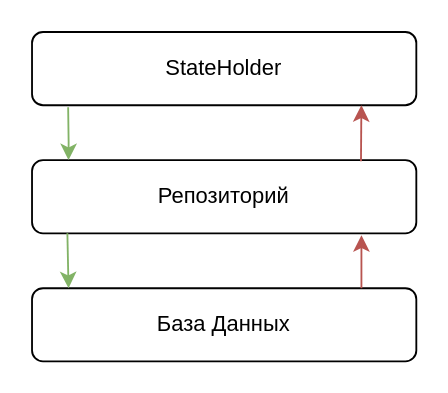
The draw.io diagram DataFlow.drawio in 3036662/Phrasebook, before the edit. Source tidied: cells renumbered, new cells numbered last; positions are measured from the earlier drawing's top-left corner, leaving out a move shared by most shapes. Both pictures are drawn from the tidied source at 183%, with x=0, y=0 at pixel (31, 31).
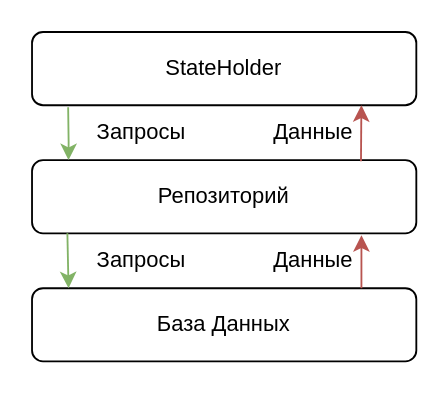
The same diagram, later.

What changed in the source:
```diff
@@
 <mxGraphModel>
   <root>
     <mxCell id="0" />
     <mxCell id="1" parent="0" />
     <mxCell id="2" value="StateHolder" style="rounded=1;whiteSpace=wrap;html=1;" parent="1" vertex="1">
       <mxGeometry width="210" height="40" as="geometry" />
     </mxCell>
     <mxCell id="3" value="Репозиторий" style="rounded=1;whiteSpace=wrap;html=1;" parent="1" vertex="1">
       <mxGeometry y="70" width="210" height="40" as="geometry" />
     </mxCell>
     <mxCell id="4" value="База Данных" style="rounded=1;whiteSpace=wrap;html=1;" parent="1" vertex="1">
       <mxGeometry y="140" width="210" height="40" as="geometry" />
     </mxCell>
     <mxCell id="5" style="endArrow=classic;html=1;rounded=0;exitX=0.094;exitY=1.027;exitDx=0;exitDy=0;exitPerimeter=0;entryX=0.095;entryY=0;entryDx=0;entryDy=0;entryPerimeter=0;fillColor=#d5e8d4;strokeColor=#82b366;" parent="1" edge="1" source="2" target="3">
       <mxGeometry relative="1" as="geometry">
         <Array as="points">
           <mxPoint x="20" y="60" />
         </Array>
       </mxGeometry>
     </mxCell>
     <mxCell id="6" style="endArrow=classic;html=1;rounded=0;entryX=0.095;entryY=0;entryDx=0;entryDy=0;entryPerimeter=0;exitX=0.092;exitY=1;exitDx=0;exitDy=0;exitPerimeter=0;fillColor=#d5e8d4;strokeColor=#82b366;" parent="1" edge="1" source="3" target="4">
       <mxGeometry relative="1" as="geometry" />
     </mxCell>
     <mxCell id="7" style="endArrow=classic;html=1;rounded=0;entryX=0.857;entryY=1;entryDx=0;entryDy=0;entryPerimeter=0;exitX=0.856;exitY=0.016;exitDx=0;exitDy=0;exitPerimeter=0;fillColor=#f8cecc;strokeColor=#b85450;" parent="1" edge="1" source="3" target="2">
       <mxGeometry relative="1" as="geometry" />
     </mxCell>
     <mxCell id="8" style="endArrow=classic;html=1;rounded=0;entryX=0.838;entryY=1.021;entryDx=0;entryDy=0;entryPerimeter=0;exitX=0.839;exitY=0.002;exitDx=0;exitDy=0;exitPerimeter=0;fillColor=#f8cecc;strokeColor=#b85450;" parent="1" edge="1">
       <mxGeometry relative="1" as="geometry">
         <mxPoint x="180" y="140" as="sourcePoint" />
         <mxPoint x="180" y="111" as="targetPoint" />
       </mxGeometry>
     </mxCell>
+    <mxCell id="9" value="Запросы" style="text;html=1;strokeColor=none;fillColor=none;align=center;verticalAlign=middle;whiteSpace=wrap;rounded=0;" parent="1" vertex="1">
+      <mxGeometry x="30" y="40" width="60" height="30" as="geometry" />
+    </mxCell>
+    <mxCell id="10" value="Данные" style="text;html=1;strokeColor=none;fillColor=none;align=center;verticalAlign=middle;whiteSpace=wrap;rounded=0;" parent="1" vertex="1">
+      <mxGeometry x="124" y="40" width="60" height="30" as="geometry" />
+    </mxCell>
+    <mxCell id="11" value="Запросы" style="text;html=1;strokeColor=none;fillColor=none;align=center;verticalAlign=middle;whiteSpace=wrap;rounded=0;" parent="1" vertex="1">
+      <mxGeometry x="30" y="110" width="60" height="30" as="geometry" />
+    </mxCell>
+    <mxCell id="12" value="Данные" style="text;html=1;strokeColor=none;fillColor=none;align=center;verticalAlign=middle;whiteSpace=wrap;rounded=0;" parent="1" vertex="1">
+      <mxGeometry x="124" y="110" width="60" height="30" as="geometry" />
+    </mxCell>
   </root>
 </mxGraphModel>
```
